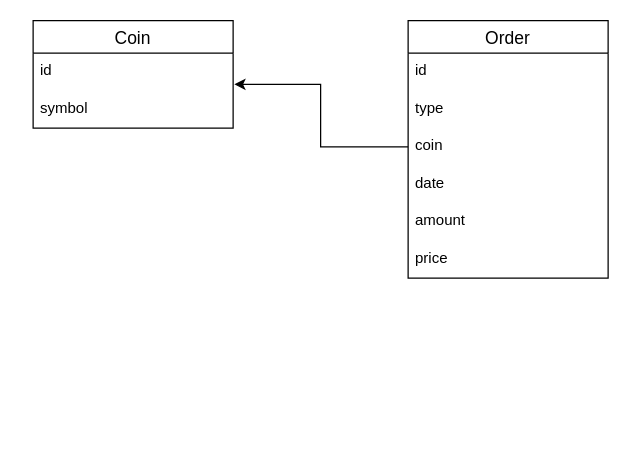
Above: docs/crypto_portfolio.drawio in apieceofcode1801/crypto_portfolio (draw.io), before the change. Source tidied: cells renumbered, new cells numbered last; positions are measured from the earlier drawing's top-left corner, leaving out a move shared by most shapes. Both pictures are drawn from the tidied source at 125%, with x=0, y=0 at pixel (32, 20).
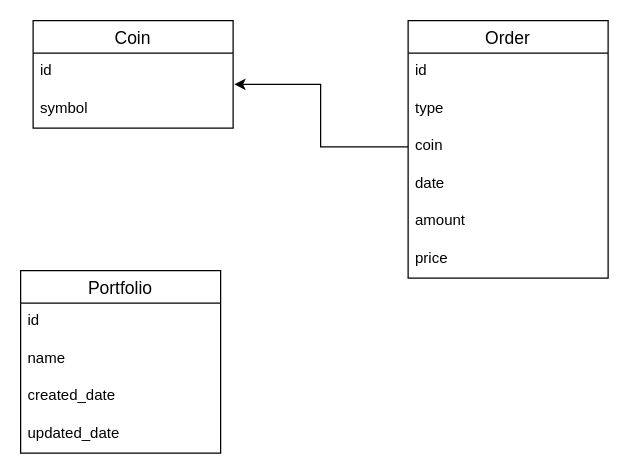
After the change.

Diff of the diagram source:
```diff
@@
 <mxGraphModel>
   <root>
     <mxCell id="0" />
     <mxCell id="1" parent="0" />
     <mxCell id="2" value="Coin" style="swimlane;fontStyle=0;horizontal=1;startSize=26;align=center;fontSize=14;" parent="1" vertex="1">
       <mxGeometry width="160" height="86" as="geometry" />
     </mxCell>
     <mxCell id="3" value="id" style="text;strokeColor=none;fillColor=none;spacingLeft=4;spacingRight=4;overflow=hidden;fontSize=12;" parent="2" vertex="1">
       <mxGeometry y="26" width="160" height="30" as="geometry" />
     </mxCell>
     <mxCell id="4" value="symbol" style="text;strokeColor=none;fillColor=none;spacingLeft=4;spacingRight=4;overflow=hidden;points=[[0,0.5],[1,0.5]];portConstraint=eastwest;fontSize=12;" parent="2" vertex="1">
       <mxGeometry y="56" width="160" height="30" as="geometry" />
     </mxCell>
     <mxCell id="5" value="Order" style="swimlane;fontStyle=0;horizontal=1;startSize=26;align=center;fontSize=14;" parent="1" vertex="1">
       <mxGeometry x="300" width="160" height="206" as="geometry" />
     </mxCell>
     <mxCell id="6" value="id" style="text;strokeColor=none;fillColor=none;spacingLeft=4;spacingRight=4;overflow=hidden;fontSize=12;" parent="5" vertex="1">
       <mxGeometry y="26" width="160" height="30" as="geometry" />
     </mxCell>
     <mxCell id="7" value="type" style="text;strokeColor=none;fillColor=none;spacingLeft=4;spacingRight=4;overflow=hidden;fontSize=12;" parent="5" vertex="1">
       <mxGeometry y="56" width="160" height="30" as="geometry" />
     </mxCell>
     <mxCell id="8" value="coin" style="text;strokeColor=none;fillColor=none;spacingLeft=4;spacingRight=4;overflow=hidden;points=[[0,0.5],[1,0.5]];portConstraint=eastwest;fontSize=12;" parent="5" vertex="1">
       <mxGeometry y="86" width="160" height="30" as="geometry" />
     </mxCell>
     <mxCell id="9" value="date" style="text;strokeColor=none;fillColor=none;spacingLeft=4;spacingRight=4;overflow=hidden;fontSize=12;" parent="5" vertex="1">
       <mxGeometry y="116" width="160" height="30" as="geometry" />
     </mxCell>
     <mxCell id="10" value="amount" style="text;strokeColor=none;fillColor=none;spacingLeft=4;spacingRight=4;overflow=hidden;fontSize=12;" parent="5" vertex="1">
       <mxGeometry y="146" width="160" height="30" as="geometry" />
     </mxCell>
     <mxCell id="11" value="price" style="text;strokeColor=none;fillColor=none;spacingLeft=4;spacingRight=4;overflow=hidden;fontSize=12;" parent="5" vertex="1">
       <mxGeometry y="176" width="160" height="30" as="geometry" />
     </mxCell>
     <mxCell id="12" style="edgeStyle=orthogonalEdgeStyle;rounded=0;jettySize=auto;html=1;entryX=1.006;entryY=-0.167;entryDx=0;entryDy=0;entryPerimeter=0;" parent="1" edge="1" source="8" target="4">
       <mxGeometry relative="1" as="geometry" />
     </mxCell>
+    <mxCell id="13" value="Portfolio" style="swimlane;fontStyle=0;horizontal=1;startSize=26;align=center;fontSize=14;" parent="1" vertex="1">
+      <mxGeometry x="-10" y="200" width="160" height="146" as="geometry" />
+    </mxCell>
+    <mxCell id="14" value="id" style="text;strokeColor=none;fillColor=none;spacingLeft=4;spacingRight=4;overflow=hidden;fontSize=12;" parent="13" vertex="1">
+      <mxGeometry y="26" width="160" height="30" as="geometry" />
+    </mxCell>
+    <mxCell id="15" value="name" style="text;strokeColor=none;fillColor=none;spacingLeft=4;spacingRight=4;overflow=hidden;fontSize=12;" parent="13" vertex="1">
+      <mxGeometry y="56" width="160" height="30" as="geometry" />
+    </mxCell>
+    <mxCell id="16" value="created_date&#10;" style="text;strokeColor=none;fillColor=none;spacingLeft=4;spacingRight=4;overflow=hidden;fontSize=12;" parent="13" vertex="1">
+      <mxGeometry y="86" width="160" height="30" as="geometry" />
+    </mxCell>
+    <mxCell id="17" value="updated_date&#10;" style="text;strokeColor=none;fillColor=none;spacingLeft=4;spacingRight=4;overflow=hidden;fontSize=12;" parent="13" vertex="1">
+      <mxGeometry y="116" width="160" height="30" as="geometry" />
+    </mxCell>
   </root>
 </mxGraphModel>
```
